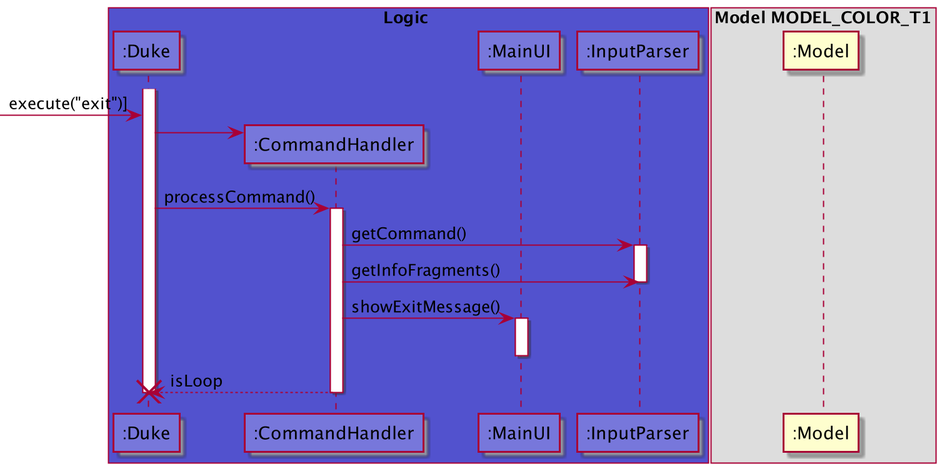
Before: docs/puml_img/Exit.png, a diagram exported from PlantUML (s-t-e-f/tp).
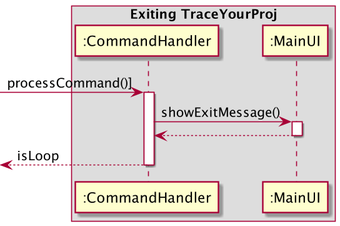
Later version of the same file.

Commit message:
Simplify and edit find and exit uml diagrams

Diff of the diagram source:
```diff
@@ -1,41 +1,20 @@
 @startuml
-!include Style.puml
 
-box Logic LOGIC_COLOR_T2
-participant ":Duke" as Duke LOGIC_COLOR_T1
-participant ":CommandHandler" as CommandHandler LOGIC_COLOR_T1
-participant ":MainUI" as MainUI LOGIC_COLOR_T1
-participant ":InputParser" as InputParser LOGIC_COLOR_T1
+box Exiting TraceYourProj
+participant ":CommandHandler" as CH
+participant ":MainUI" as MUI
 end box
 
 
-box Model MODEL_COLOR_T1
-participant ":Model" as MODEL_COLOR
-end box
+[-> CH : processCommand()]
+activate CH
 
-activate Duke
-[-> Duke : execute("exit")]
+CH -> MUI : showExitMessage()
+activate MUI
+return
 
-create CommandHandler
-Duke -> CommandHandler
-Duke -> CommandHandler : processCommand()
-activate CommandHandler
+return isLoop
 
-CommandHandler -> InputParser : getCommand()
-activate InputParser
-
-CommandHandler -> InputParser : getInfoFragments()
-deactivate InputParser
-
-CommandHandler -> MainUI : showExitMessage()
-activate MainUI
-deactivate MainUI
-
-CommandHandler --> Duke : isLoop
-deactivate CommandHandler
-
-deactivate Duke
-destroy Duke
 
 
 @enduml
```
